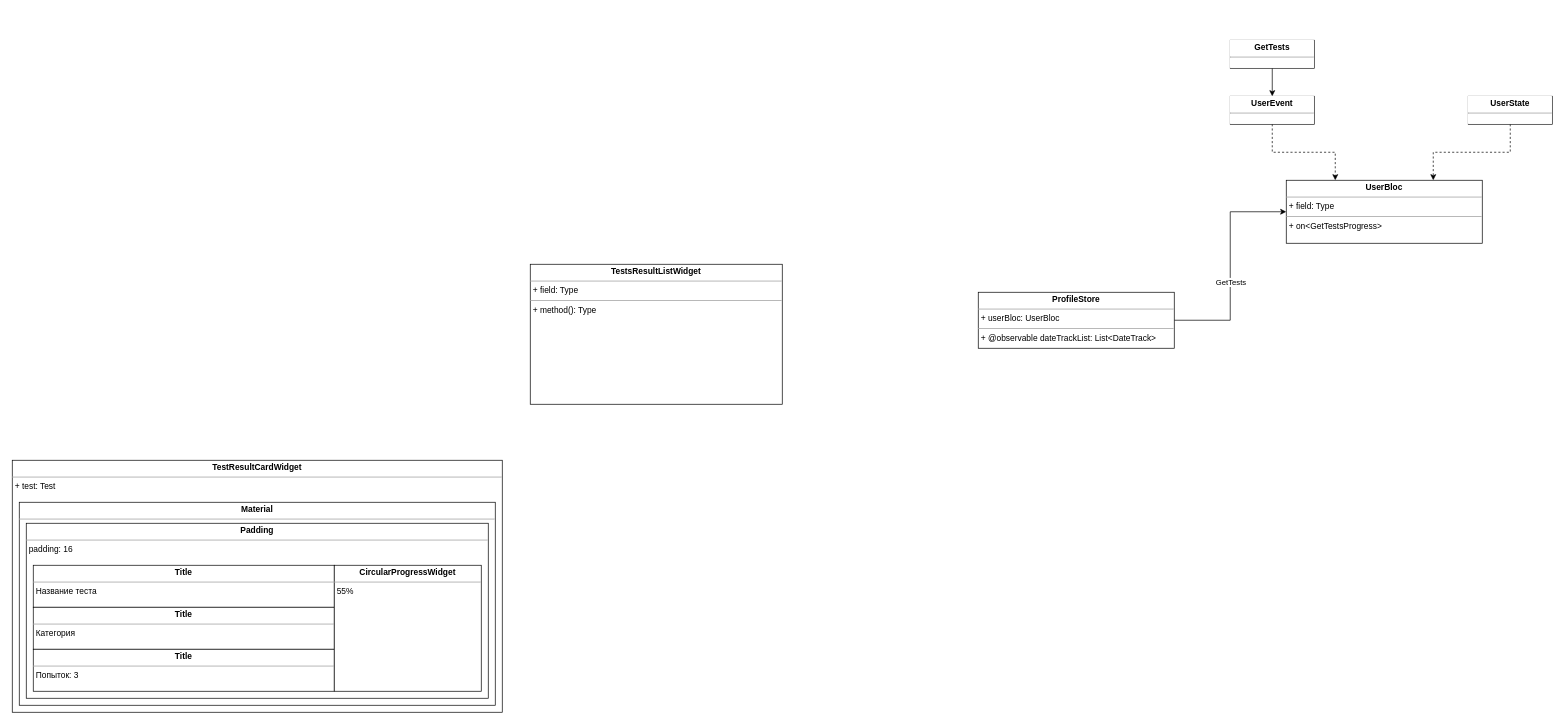
The draw.io diagram feature/grade_carousel.drawio in ShiryaevNikolay/diagrams, before the edit. Source tidied: cells renumbered, new cells numbered last; positions are measured from the earlier drawing's top-left corner, leaving out a move shared by most shapes. Both pictures are drawn from the tidied source at 70%, with x=0, y=0 at pixel (12, 40).
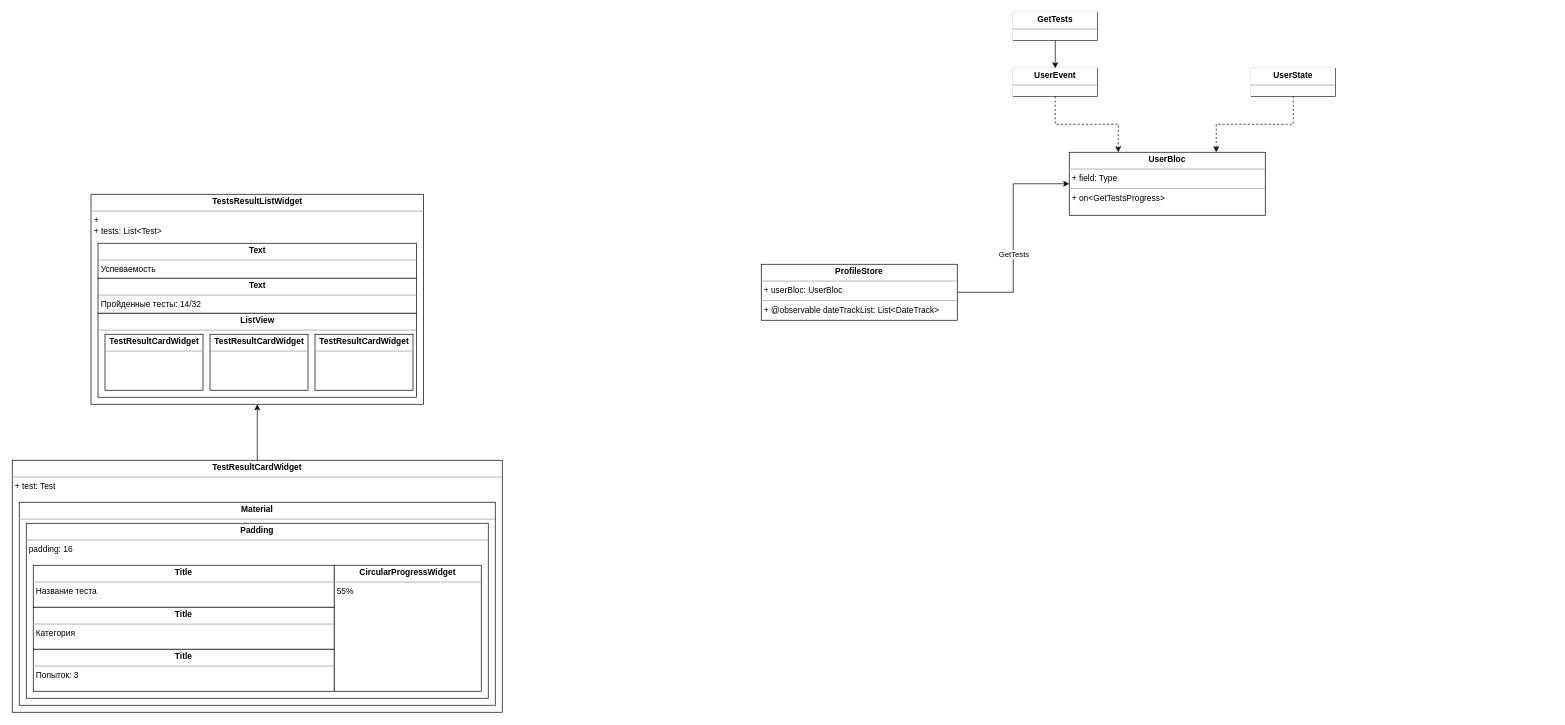
The same diagram, later.

Unchanged cells that the change refers to:
```xml
<mxCell id="12" value="&lt;p style=&quot;margin: 0px ; margin-top: 4px ; text-align: center&quot;&gt;&lt;b&gt;TestResultCardWidget&lt;/b&gt;&lt;/p&gt;&lt;hr size=&quot;1&quot;&gt;&lt;p style=&quot;margin: 0px ; margin-left: 4px&quot;&gt;+ test: Test&lt;br&gt;&lt;/p&gt;" style="verticalAlign=top;align=left;overflow=fill;fontSize=12;fontFamily=Helvetica;html=1;" parent="1" vertex="1">
  <mxGeometry y="600" width="700" height="360" as="geometry" />
</mxCell>
```

Diff of the diagram source:
```diff
@@
     <mxCell id="2" value="&lt;p style=&quot;margin: 0px ; margin-top: 4px ; text-align: center&quot;&gt;&lt;b&gt;UserBloc&lt;/b&gt;&lt;/p&gt;&lt;hr size=&quot;1&quot;&gt;&lt;p style=&quot;margin: 0px ; margin-left: 4px&quot;&gt;+ field: Type&lt;/p&gt;&lt;hr size=&quot;1&quot;&gt;&lt;p style=&quot;margin: 0px ; margin-left: 4px&quot;&gt;+ on&amp;lt;GetTestsProgress&amp;gt;&lt;/p&gt;" style="verticalAlign=top;align=left;overflow=fill;fontSize=12;fontFamily=Helvetica;html=1;" parent="1" vertex="1">
-      <mxGeometry x="1820" y="200" width="280" height="90" as="geometry" />
+      <mxGeometry x="1510" y="160" width="280" height="90" as="geometry" />
     </mxCell>
@@
     <mxCell id="4" value="&lt;p style=&quot;margin: 0px ; margin-top: 4px ; text-align: center&quot;&gt;&lt;b&gt;UserEvent&lt;/b&gt;&lt;/p&gt;&lt;hr size=&quot;1&quot;&gt;&lt;p style=&quot;margin: 0px ; margin-left: 4px&quot;&gt;&lt;br&gt;&lt;/p&gt;" style="verticalAlign=top;align=left;overflow=fill;fontSize=12;fontFamily=Helvetica;html=1;fillColor=default;strokeColor=default;fontColor=default;labelBackgroundColor=default;" parent="1" vertex="1">
-      <mxGeometry x="1740" y="80" width="120" height="40" as="geometry" />
+      <mxGeometry x="1430" y="40" width="120" height="40" as="geometry" />
     </mxCell>
@@
     <mxCell id="6" value="&lt;p style=&quot;margin: 0px ; margin-top: 4px ; text-align: center&quot;&gt;&lt;b&gt;UserState&lt;/b&gt;&lt;/p&gt;&lt;hr size=&quot;1&quot;&gt;&lt;p style=&quot;margin: 0px ; margin-left: 4px&quot;&gt;&lt;br&gt;&lt;/p&gt;" style="verticalAlign=top;align=left;overflow=fill;fontSize=12;fontFamily=Helvetica;html=1;fillColor=default;strokeColor=default;fontColor=default;labelBackgroundColor=default;" parent="1" vertex="1">
-      <mxGeometry x="2080" y="80" width="120" height="40" as="geometry" />
+      <mxGeometry x="1770" y="40" width="120" height="40" as="geometry" />
     </mxCell>
@@
     <mxCell id="8" value="&lt;p style=&quot;margin: 0px ; margin-top: 4px ; text-align: center&quot;&gt;&lt;b&gt;GetTests&lt;/b&gt;&lt;/p&gt;&lt;hr size=&quot;1&quot;&gt;&lt;p style=&quot;margin: 0px ; margin-left: 4px&quot;&gt;&lt;br&gt;&lt;/p&gt;" style="verticalAlign=top;align=left;overflow=fill;fontSize=12;fontFamily=Helvetica;html=1;fillColor=default;strokeColor=default;fontColor=default;labelBackgroundColor=default;" parent="1" vertex="1">
-      <mxGeometry x="1740" width="120" height="40" as="geometry" />
+      <mxGeometry x="1430" y="-40" width="120" height="40" as="geometry" />
     </mxCell>
@@
     <mxCell id="11" value="&lt;p style=&quot;margin: 0px ; margin-top: 4px ; text-align: center&quot;&gt;&lt;b&gt;ProfileStore&lt;/b&gt;&lt;/p&gt;&lt;hr size=&quot;1&quot;&gt;&lt;p style=&quot;margin: 0px ; margin-left: 4px&quot;&gt;+ userBloc: UserBloc&lt;/p&gt;&lt;hr size=&quot;1&quot;&gt;&lt;p style=&quot;margin: 0px ; margin-left: 4px&quot;&gt;+ @observable dateTrackList: List&amp;lt;DateTrack&amp;gt;&lt;/p&gt;" style="verticalAlign=top;align=left;overflow=fill;fontSize=12;fontFamily=Helvetica;html=1;" parent="1" vertex="1">
-      <mxGeometry x="1380" y="360" width="280" height="80" as="geometry" />
+      <mxGeometry x="1070" y="320" width="280" height="80" as="geometry" />
     </mxCell>
+    <mxCell id="20" style="edgeStyle=orthogonalEdgeStyle;rounded=0;jettySize=auto;html=1;entryX=0.5;entryY=1;entryDx=0;entryDy=0;" parent="1" edge="1" source="12" target="19">
+      <mxGeometry relative="1" as="geometry" />
+    </mxCell>
@@
-    <mxCell id="19" value="&lt;p style=&quot;margin: 0px ; margin-top: 4px ; text-align: center&quot;&gt;&lt;b&gt;TestsResultListWidget&lt;/b&gt;&lt;/p&gt;&lt;hr size=&quot;1&quot;&gt;&lt;p style=&quot;margin: 0px ; margin-left: 4px&quot;&gt;+ field: Type&lt;/p&gt;&lt;hr size=&quot;1&quot;&gt;&lt;p style=&quot;margin: 0px ; margin-left: 4px&quot;&gt;+ method(): Type&lt;/p&gt;" style="verticalAlign=top;align=left;overflow=fill;fontSize=12;fontFamily=Helvetica;html=1;" parent="1" vertex="1">
-      <mxGeometry x="740" y="320" width="360" height="200" as="geometry" />
+    <mxCell id="19" value="&lt;p style=&quot;margin: 0px ; margin-top: 4px ; text-align: center&quot;&gt;&lt;b&gt;TestsResultListWidget&lt;/b&gt;&lt;/p&gt;&lt;hr size=&quot;1&quot;&gt;&lt;p style=&quot;margin: 0px ; margin-left: 4px&quot;&gt;+ &lt;br&gt;&lt;/p&gt;&lt;p style=&quot;margin: 0px ; margin-left: 4px&quot;&gt;+ tests: List&amp;lt;Test&amp;gt;&lt;br&gt;&lt;/p&gt;" style="verticalAlign=top;align=left;overflow=fill;fontSize=12;fontFamily=Helvetica;html=1;" parent="1" vertex="1">
+      <mxGeometry x="112.5" y="220" width="475" height="300" as="geometry" />
     </mxCell>
+    <mxCell id="21" value="&lt;p style=&quot;margin: 0px ; margin-top: 4px ; text-align: center&quot;&gt;&lt;b&gt;Text&lt;/b&gt;&lt;/p&gt;&lt;hr size=&quot;1&quot;&gt;&lt;p style=&quot;margin: 0px ; margin-left: 4px&quot;&gt;Успеваемость&lt;br&gt;&lt;/p&gt;" style="verticalAlign=top;align=left;overflow=fill;fontSize=12;fontFamily=Helvetica;html=1;" parent="1" vertex="1">
+      <mxGeometry x="122.5" y="290" width="455" height="50" as="geometry" />
+    </mxCell>
+    <mxCell id="22" value="&lt;p style=&quot;margin: 0px ; margin-top: 4px ; text-align: center&quot;&gt;&lt;b&gt;Text&lt;/b&gt;&lt;/p&gt;&lt;hr size=&quot;1&quot;&gt;&lt;p style=&quot;margin: 0px ; margin-left: 4px&quot;&gt;Пройденные тесты: 14/32&lt;br&gt;&lt;/p&gt;" style="verticalAlign=top;align=left;overflow=fill;fontSize=12;fontFamily=Helvetica;html=1;" parent="1" vertex="1">
+      <mxGeometry x="122.5" y="340" width="455" height="50" as="geometry" />
+    </mxCell>
+    <mxCell id="23" value="&lt;p style=&quot;margin: 0px ; margin-top: 4px ; text-align: center&quot;&gt;&lt;b&gt;ListView&lt;/b&gt;&lt;/p&gt;&lt;hr size=&quot;1&quot;&gt;&lt;p style=&quot;margin: 0px ; margin-left: 4px&quot;&gt;&lt;br&gt;&lt;/p&gt;" style="verticalAlign=top;align=left;overflow=fill;fontSize=12;fontFamily=Helvetica;html=1;" parent="1" vertex="1">
+      <mxGeometry x="122.5" y="390" width="455" height="120" as="geometry" />
+    </mxCell>
+    <mxCell id="24" value="&lt;p style=&quot;margin: 0px ; margin-top: 4px ; text-align: center&quot;&gt;&lt;b&gt;TestResultCardWidget&lt;/b&gt;&lt;/p&gt;&lt;hr size=&quot;1&quot;&gt;&lt;p style=&quot;margin: 0px ; margin-left: 4px&quot;&gt;&lt;br&gt;&lt;/p&gt;" style="verticalAlign=top;align=left;overflow=fill;fontSize=12;fontFamily=Helvetica;html=1;" parent="1" vertex="1">
+      <mxGeometry x="132.5" y="420" width="140" height="80" as="geometry" />
+    </mxCell>
+    <mxCell id="25" value="&lt;p style=&quot;margin: 0px ; margin-top: 4px ; text-align: center&quot;&gt;&lt;b&gt;TestResultCardWidget&lt;/b&gt;&lt;/p&gt;&lt;hr size=&quot;1&quot;&gt;&lt;p style=&quot;margin: 0px ; margin-left: 4px&quot;&gt;&lt;br&gt;&lt;/p&gt;" style="verticalAlign=top;align=left;overflow=fill;fontSize=12;fontFamily=Helvetica;html=1;" parent="1" vertex="1">
+      <mxGeometry x="282.5" y="420" width="140" height="80" as="geometry" />
+    </mxCell>
+    <mxCell id="26" value="&lt;p style=&quot;margin: 0px ; margin-top: 4px ; text-align: center&quot;&gt;&lt;b&gt;TestResultCardWidget&lt;/b&gt;&lt;/p&gt;&lt;hr size=&quot;1&quot;&gt;&lt;p style=&quot;margin: 0px ; margin-left: 4px&quot;&gt;&lt;br&gt;&lt;/p&gt;" style="verticalAlign=top;align=left;overflow=fill;fontSize=12;fontFamily=Helvetica;html=1;" parent="1" vertex="1">
+      <mxGeometry x="432.5" y="420" width="140" height="80" as="geometry" />
+    </mxCell>
```
